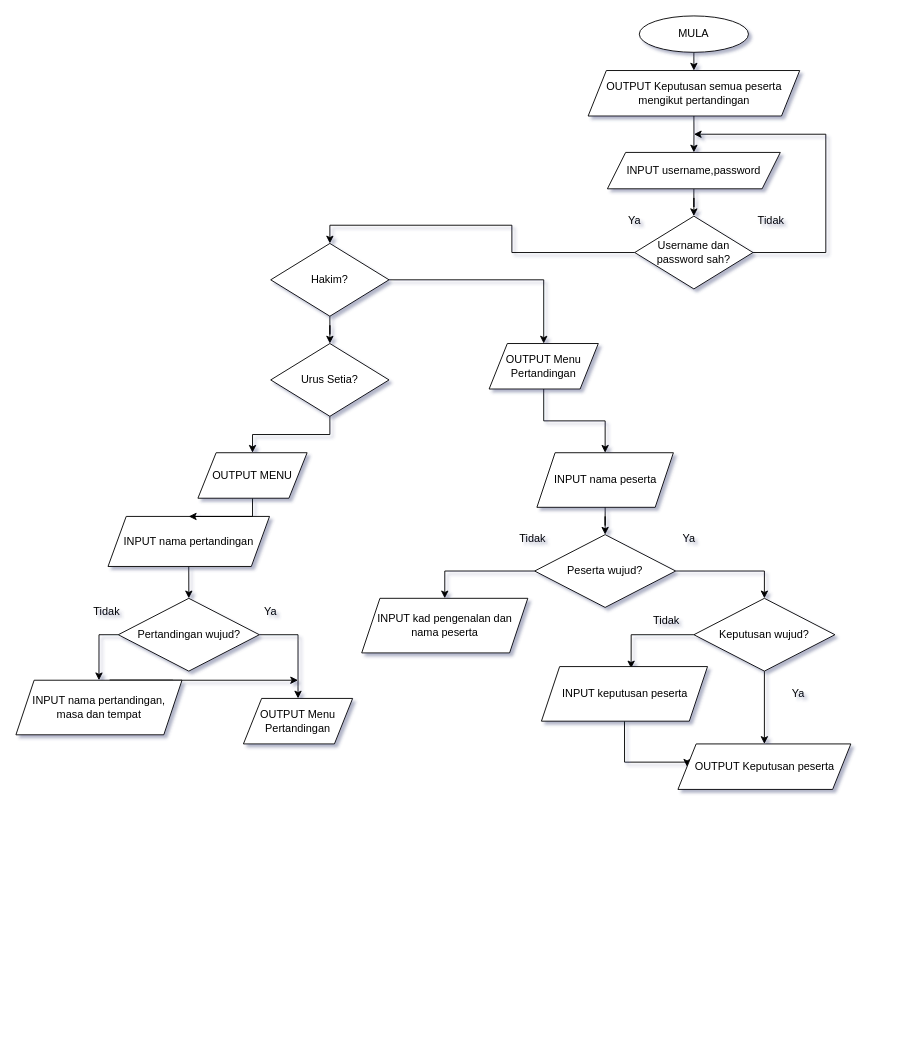
This is page "Page-1" (1 of 2) of SKProject.drawio from EzraChai/py, a draw.io file, before an edit. Source tidied: cells renumbered, new cells numbered last; positions are measured from the earlier drawing's top-left corner, leaving out a move shared by most shapes. Both pictures are drawn from the tidied source at 91%, with x=0, y=0 at pixel (15, 15).
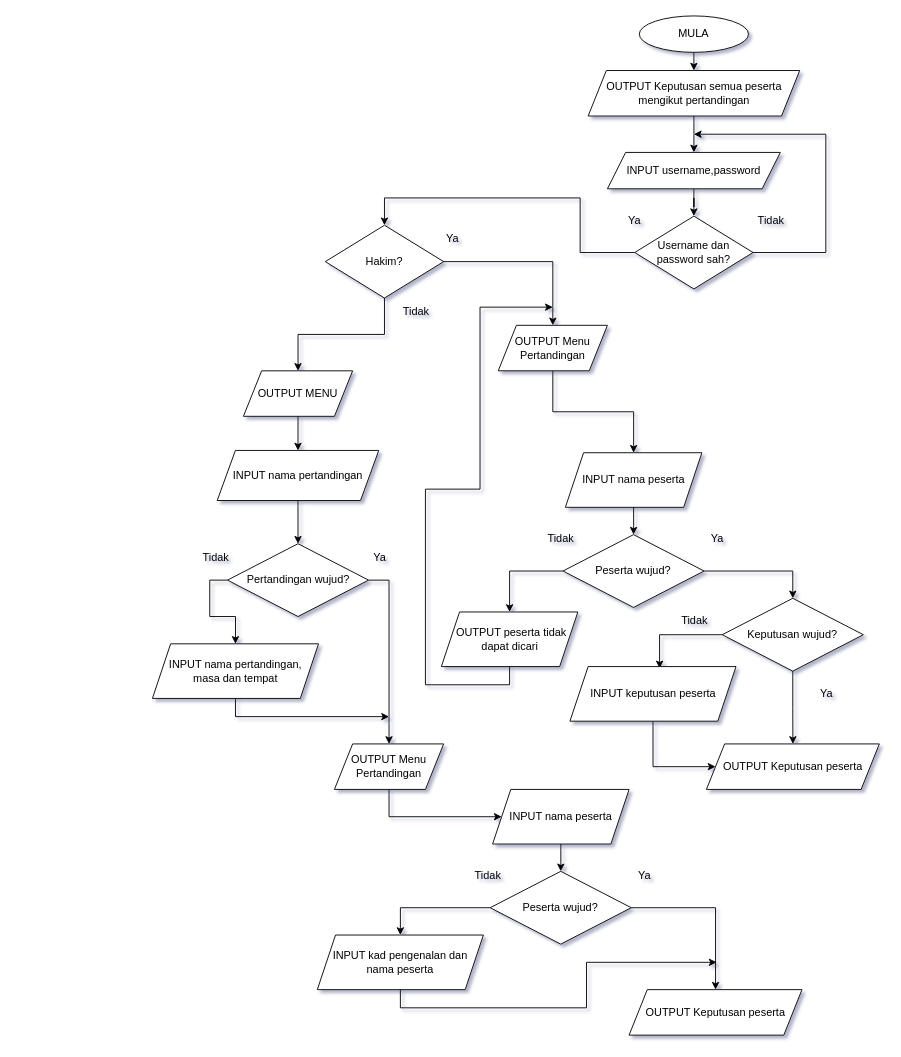
The same diagram, later.

The change refers to these unchanged cells:
```xml
<mxCell id="8" value="Username dan password sah?" style="rhombus;whiteSpace=wrap;html=1;" parent="1" vertex="1">
  <mxGeometry x="680" y="220" width="130" height="80" as="geometry" />
</mxCell>
```

Diff of the diagram source:
```diff
@@
     <mxCell id="7" style="edgeStyle=orthogonalEdgeStyle;rounded=0;jettySize=auto;html=1;exitX=0;exitY=0.5;exitDx=0;exitDy=0;entryX=0.5;entryY=0;entryDx=0;entryDy=0;" parent="1" edge="1" source="8" target="43">
-      <mxGeometry relative="1" as="geometry" />
+      <mxGeometry relative="1" as="geometry">
+        <Array as="points">
+          <mxPoint x="620" y="260" />
+          <mxPoint x="620" y="200" />
+          <mxPoint x="405" y="200" />
+        </Array>
+      </mxGeometry>
     </mxCell>
@@
     <mxCell id="10" value="INPUT nama pertandingan" style="shape=parallelogram;perimeter=parallelogramPerimeter;whiteSpace=wrap;html=1;fixedSize=1;" parent="1" vertex="1">
-      <mxGeometry x="101.2" y="550" width="177.5" height="55" as="geometry" />
+      <mxGeometry x="221.2" y="477.5" width="177.5" height="55" as="geometry" />
     </mxCell>
@@
     <mxCell id="12" style="edgeStyle=orthogonalEdgeStyle;rounded=0;jettySize=auto;html=1;exitX=0;exitY=0.5;exitDx=0;exitDy=0;entryX=0.5;entryY=0;entryDx=0;entryDy=0;" parent="1" edge="1" source="13" target="19">
-      <mxGeometry relative="1" as="geometry" />
+      <mxGeometry relative="1" as="geometry">
+        <Array as="points">
+          <mxPoint x="213" y="620" />
+          <mxPoint x="213" y="660" />
+          <mxPoint x="241" y="660" />
+        </Array>
+      </mxGeometry>
     </mxCell>
     <mxCell id="13" value="Pertandingan wujud?" style="rhombus;whiteSpace=wrap;html=1;" parent="1" vertex="1">
-      <mxGeometry x="112.5" y="640" width="155" height="80" as="geometry" />
+      <mxGeometry x="232.5" y="580" width="155" height="80" as="geometry" />
     </mxCell>
     <mxCell id="14" value="&lt;div&gt;Tidak&lt;/div&gt;" style="text;html=1;strokeColor=none;fillColor=none;align=center;verticalAlign=middle;whiteSpace=wrap;rounded=0;" parent="1" vertex="1">
-      <mxGeometry x="70" y="640" width="60" height="30" as="geometry" />
+      <mxGeometry x="190" y="580" width="60" height="30" as="geometry" />
     </mxCell>
     <mxCell id="15" value="Ya" style="text;html=1;strokeColor=none;fillColor=none;align=center;verticalAlign=middle;whiteSpace=wrap;rounded=0;" parent="1" vertex="1">
-      <mxGeometry x="250" y="640" width="60" height="30" as="geometry" />
+      <mxGeometry x="370" y="580" width="60" height="30" as="geometry" />
     </mxCell>
@@
+    <mxCell id="48" style="edgeStyle=orthogonalEdgeStyle;rounded=0;jettySize=auto;html=1;exitX=0.5;exitY=1;exitDx=0;exitDy=0;" parent="1" edge="1" source="17" target="54">
+      <mxGeometry relative="1" as="geometry" />
+    </mxCell>
     <mxCell id="17" value="OUTPUT Menu Pertandingan" style="shape=parallelogram;perimeter=parallelogramPerimeter;whiteSpace=wrap;html=1;fixedSize=1;" parent="1" vertex="1">
-      <mxGeometry x="250" y="750" width="120" height="50" as="geometry" />
+      <mxGeometry x="350" y="800" width="120" height="50" as="geometry" />
     </mxCell>
-    <mxCell id="18" style="edgeStyle=orthogonalEdgeStyle;rounded=0;jettySize=auto;html=1;exitX=1;exitY=0.5;exitDx=0;exitDy=0;" parent="1" edge="1" source="19">
-      <mxGeometry relative="1" as="geometry">
-        <mxPoint x="310" y="730" as="targetPoint" />
-        <Array as="points">
-          <mxPoint x="103" y="730" />
-          <mxPoint x="310" y="730" />
-        </Array>
-      </mxGeometry>
-    </mxCell>
+    <mxCell id="49" style="edgeStyle=orthogonalEdgeStyle;rounded=0;jettySize=auto;html=1;exitX=0.5;exitY=1;exitDx=0;exitDy=0;" parent="1" edge="1" source="19">
+      <mxGeometry relative="1" as="geometry">
+        <mxPoint x="410" y="770" as="targetPoint" />
+        <Array as="points">
+          <mxPoint x="241" y="770" />
+        </Array>
+      </mxGeometry>
+    </mxCell>
     <mxCell id="19" value="&lt;div&gt;INPUT nama pertandingan,&lt;/div&gt;&lt;div&gt;masa dan tempat&lt;br&gt;&lt;/div&gt;" style="shape=parallelogram;perimeter=parallelogramPerimeter;whiteSpace=wrap;html=1;fixedSize=1;" parent="1" vertex="1">
-      <mxGeometry y="730" width="182.5" height="60" as="geometry" />
+      <mxGeometry x="150" y="690" width="182.5" height="60" as="geometry" />
     </mxCell>
@@
     <mxCell id="21" value="INPUT nama peserta" style="shape=parallelogram;perimeter=parallelogramPerimeter;whiteSpace=wrap;html=1;fixedSize=1;" parent="1" vertex="1">
-      <mxGeometry x="572.5" y="480" width="150" height="60" as="geometry" />
+      <mxGeometry x="603.8" y="480" width="150" height="60" as="geometry" />
     </mxCell>
@@
     <mxCell id="24" value="Peserta wujud?" style="rhombus;whiteSpace=wrap;html=1;" parent="1" vertex="1">
-      <mxGeometry x="570" y="570" width="155" height="80" as="geometry" />
+      <mxGeometry x="601.2" y="570" width="155" height="80" as="geometry" />
     </mxCell>
+    <mxCell id="50" style="edgeStyle=orthogonalEdgeStyle;rounded=0;jettySize=auto;html=1;exitX=0.5;exitY=1;exitDx=0;exitDy=0;" parent="1" edge="1" source="25">
+      <mxGeometry relative="1" as="geometry">
+        <mxPoint x="590" y="320" as="targetPoint" />
+        <Array as="points">
+          <mxPoint x="543" y="735" />
+          <mxPoint x="450" y="735" />
+          <mxPoint x="450" y="520" />
+          <mxPoint x="510" y="520" />
+          <mxPoint x="510" y="320" />
+        </Array>
+      </mxGeometry>
+    </mxCell>
-    <mxCell id="25" value="&lt;div&gt;INPUT kad pengenalan dan nama peserta &lt;br&gt;&lt;/div&gt;" style="shape=parallelogram;perimeter=parallelogramPerimeter;whiteSpace=wrap;html=1;fixedSize=1;" parent="1" vertex="1">
-      <mxGeometry x="380" y="640" width="182.5" height="60" as="geometry" />
+    <mxCell id="25" value="&lt;div&gt;&amp;nbsp;OUTPUT peserta tidak&lt;/div&gt;&lt;div&gt; dapat dicari&lt;/div&gt;" style="shape=parallelogram;perimeter=parallelogramPerimeter;whiteSpace=wrap;html=1;fixedSize=1;" parent="1" vertex="1">
+      <mxGeometry x="467.5" y="655" width="150" height="60" as="geometry" />
     </mxCell>
     <mxCell id="26" value="&lt;div&gt;Tidak&lt;/div&gt;" style="text;html=1;strokeColor=none;fillColor=none;align=center;verticalAlign=middle;whiteSpace=wrap;rounded=0;" parent="1" vertex="1">
-      <mxGeometry x="537.5" y="560" width="60" height="30" as="geometry" />
+      <mxGeometry x="568.8" y="560" width="60" height="30" as="geometry" />
     </mxCell>
     <mxCell id="27" value="Ya" style="text;html=1;strokeColor=none;fillColor=none;align=center;verticalAlign=middle;whiteSpace=wrap;rounded=0;" parent="1" vertex="1">
-      <mxGeometry x="710" y="560" width="60" height="30" as="geometry" />
+      <mxGeometry x="741.2" y="560" width="60" height="30" as="geometry" />
     </mxCell>
@@
     <mxCell id="30" value="Keputusan wujud?" style="rhombus;whiteSpace=wrap;html=1;" parent="1" vertex="1">
-      <mxGeometry x="745" y="640" width="155" height="80" as="geometry" />
+      <mxGeometry x="776.2" y="640" width="155" height="80" as="geometry" />
     </mxCell>
     <mxCell id="31" style="edgeStyle=orthogonalEdgeStyle;rounded=0;jettySize=auto;html=1;exitX=0.5;exitY=1;exitDx=0;exitDy=0;entryX=0;entryY=0.5;entryDx=0;entryDy=0;" parent="1" edge="1" source="32" target="35">
       <mxGeometry relative="1" as="geometry">
         <Array as="points">
-          <mxPoint x="669" y="820" />
-          <mxPoint x="738" y="820" />
+          <mxPoint x="700" y="825" />
         </Array>
       </mxGeometry>
     </mxCell>
     <mxCell id="32" value="&lt;div&gt;INPUT keputusan peserta&lt;br&gt;&lt;/div&gt;" style="shape=parallelogram;perimeter=parallelogramPerimeter;whiteSpace=wrap;html=1;fixedSize=1;" parent="1" vertex="1">
-      <mxGeometry x="577.5" y="715" width="182.5" height="60" as="geometry" />
+      <mxGeometry x="608.8" y="715" width="182.5" height="60" as="geometry" />
     </mxCell>
@@
     <mxCell id="34" value="Ya" style="text;html=1;strokeColor=none;fillColor=none;align=center;verticalAlign=middle;whiteSpace=wrap;rounded=0;" parent="1" vertex="1">
-      <mxGeometry x="830" y="730" width="60" height="30" as="geometry" />
+      <mxGeometry x="861.2" y="730" width="60" height="30" as="geometry" />
     </mxCell>
     <mxCell id="35" value="OUTPUT Keputusan peserta " style="shape=parallelogram;perimeter=parallelogramPerimeter;whiteSpace=wrap;html=1;fixedSize=1;" parent="1" vertex="1">
-      <mxGeometry x="727.5" y="800" width="190" height="50" as="geometry" />
+      <mxGeometry x="758.8" y="800" width="190" height="50" as="geometry" />
     </mxCell>
     <mxCell id="36" value="&lt;div&gt;Tidak&lt;/div&gt;" style="text;html=1;strokeColor=none;fillColor=none;align=center;verticalAlign=middle;whiteSpace=wrap;rounded=0;" parent="1" vertex="1">
-      <mxGeometry x="685" y="650" width="60" height="30" as="geometry" />
+      <mxGeometry x="716.2" y="650" width="60" height="30" as="geometry" />
     </mxCell>
@@
-    <mxCell id="39" style="edgeStyle=orthogonalEdgeStyle;rounded=0;jettySize=auto;html=1;exitX=0.5;exitY=1;exitDx=0;exitDy=0;entryX=0.5;entryY=0;entryDx=0;entryDy=0;" parent="1" edge="1" source="40" target="45">
-      <mxGeometry relative="1" as="geometry" />
-    </mxCell>
-    <mxCell id="40" value="Urus Setia?" style="rhombus;whiteSpace=wrap;html=1;" parent="1" vertex="1">
-      <mxGeometry x="280" y="360" width="130" height="80" as="geometry" />
-    </mxCell>
-    <mxCell id="41" style="edgeStyle=orthogonalEdgeStyle;rounded=0;jettySize=auto;html=1;exitX=0.5;exitY=1;exitDx=0;exitDy=0;" parent="1" edge="1" source="43" target="40">
+    <mxCell id="41" style="edgeStyle=orthogonalEdgeStyle;rounded=0;jettySize=auto;html=1;exitX=0.5;exitY=1;exitDx=0;exitDy=0;entryX=0.5;entryY=0;entryDx=0;entryDy=0;" parent="1" edge="1" source="43" target="45">
       <mxGeometry relative="1" as="geometry" />
     </mxCell>
@@
     <mxCell id="43" value="Hakim?" style="rhombus;whiteSpace=wrap;html=1;" parent="1" vertex="1">
-      <mxGeometry x="280" y="250" width="130" height="80" as="geometry" />
+      <mxGeometry x="340" y="230" width="130" height="80" as="geometry" />
     </mxCell>
@@
     <mxCell id="45" value="OUTPUT MENU" style="shape=parallelogram;perimeter=parallelogramPerimeter;whiteSpace=wrap;html=1;fixedSize=1;" parent="1" vertex="1">
-      <mxGeometry x="200" y="480" width="120" height="50" as="geometry" />
+      <mxGeometry x="250" y="390" width="120" height="50" as="geometry" />
     </mxCell>
@@
     <mxCell id="47" value="OUTPUT Menu Pertandingan" style="shape=parallelogram;perimeter=parallelogramPerimeter;whiteSpace=wrap;html=1;fixedSize=1;" parent="1" vertex="1">
-      <mxGeometry x="520" y="360" width="120" height="50" as="geometry" />
+      <mxGeometry x="530" y="340" width="120" height="50" as="geometry" />
     </mxCell>
+    <mxCell id="51" value="Ya" style="text;html=1;strokeColor=none;fillColor=none;align=center;verticalAlign=middle;whiteSpace=wrap;rounded=0;" parent="1" vertex="1">
+      <mxGeometry x="450" y="230" width="60" height="30" as="geometry" />
+    </mxCell>
+    <mxCell id="52" value="&lt;div&gt;Tidak&lt;/div&gt;" style="text;html=1;strokeColor=none;fillColor=none;align=center;verticalAlign=middle;whiteSpace=wrap;rounded=0;" parent="1" vertex="1">
+      <mxGeometry x="410" y="310" width="60" height="30" as="geometry" />
+    </mxCell>
+    <mxCell id="53" style="edgeStyle=orthogonalEdgeStyle;rounded=0;jettySize=auto;html=1;exitX=0.5;exitY=1;exitDx=0;exitDy=0;" parent="1" edge="1" source="54" target="57">
+      <mxGeometry relative="1" as="geometry" />
+    </mxCell>
+    <mxCell id="54" value="INPUT nama peserta" style="shape=parallelogram;perimeter=parallelogramPerimeter;whiteSpace=wrap;html=1;fixedSize=1;" parent="1" vertex="1">
+      <mxGeometry x="523.8" y="850" width="150" height="60" as="geometry" />
+    </mxCell>
+    <mxCell id="55" style="edgeStyle=orthogonalEdgeStyle;rounded=0;jettySize=auto;html=1;exitX=0;exitY=0.5;exitDx=0;exitDy=0;entryX=0.5;entryY=0;entryDx=0;entryDy=0;" parent="1" edge="1" source="57" target="59">
+      <mxGeometry relative="1" as="geometry" />
+    </mxCell>
+    <mxCell id="56" style="edgeStyle=orthogonalEdgeStyle;rounded=0;jettySize=auto;html=1;exitX=1;exitY=0.5;exitDx=0;exitDy=0;" parent="1" edge="1" source="57" target="62">
+      <mxGeometry relative="1" as="geometry" />
+    </mxCell>
+    <mxCell id="57" value="Peserta wujud?" style="rhombus;whiteSpace=wrap;html=1;" parent="1" vertex="1">
+      <mxGeometry x="521.2" y="940" width="155" height="80" as="geometry" />
+    </mxCell>
+    <mxCell id="58" style="edgeStyle=orthogonalEdgeStyle;rounded=0;jettySize=auto;html=1;exitX=0.5;exitY=1;exitDx=0;exitDy=0;" parent="1" edge="1" source="59">
+      <mxGeometry relative="1" as="geometry">
+        <mxPoint x="770" y="1040" as="targetPoint" />
+        <Array as="points">
+          <mxPoint x="423" y="1090" />
+          <mxPoint x="627" y="1090" />
+          <mxPoint x="627" y="1040" />
+        </Array>
+      </mxGeometry>
+    </mxCell>
+    <mxCell id="59" value="&lt;div&gt;INPUT kad pengenalan dan nama peserta &lt;br&gt;&lt;/div&gt;" style="shape=parallelogram;perimeter=parallelogramPerimeter;whiteSpace=wrap;html=1;fixedSize=1;" parent="1" vertex="1">
+      <mxGeometry x="331.2" y="1010" width="182.5" height="60" as="geometry" />
+    </mxCell>
+    <mxCell id="60" value="&lt;div&gt;Tidak&lt;/div&gt;" style="text;html=1;strokeColor=none;fillColor=none;align=center;verticalAlign=middle;whiteSpace=wrap;rounded=0;" parent="1" vertex="1">
+      <mxGeometry x="488.8" y="930" width="60" height="30" as="geometry" />
+    </mxCell>
+    <mxCell id="61" value="Ya" style="text;html=1;strokeColor=none;fillColor=none;align=center;verticalAlign=middle;whiteSpace=wrap;rounded=0;" parent="1" vertex="1">
+      <mxGeometry x="661.2" y="930" width="60" height="30" as="geometry" />
+    </mxCell>
+    <mxCell id="62" value="OUTPUT Keputusan peserta " style="shape=parallelogram;perimeter=parallelogramPerimeter;whiteSpace=wrap;html=1;fixedSize=1;" parent="1" vertex="1">
+      <mxGeometry x="673.8" y="1070" width="190" height="50" as="geometry" />
+    </mxCell>
```
